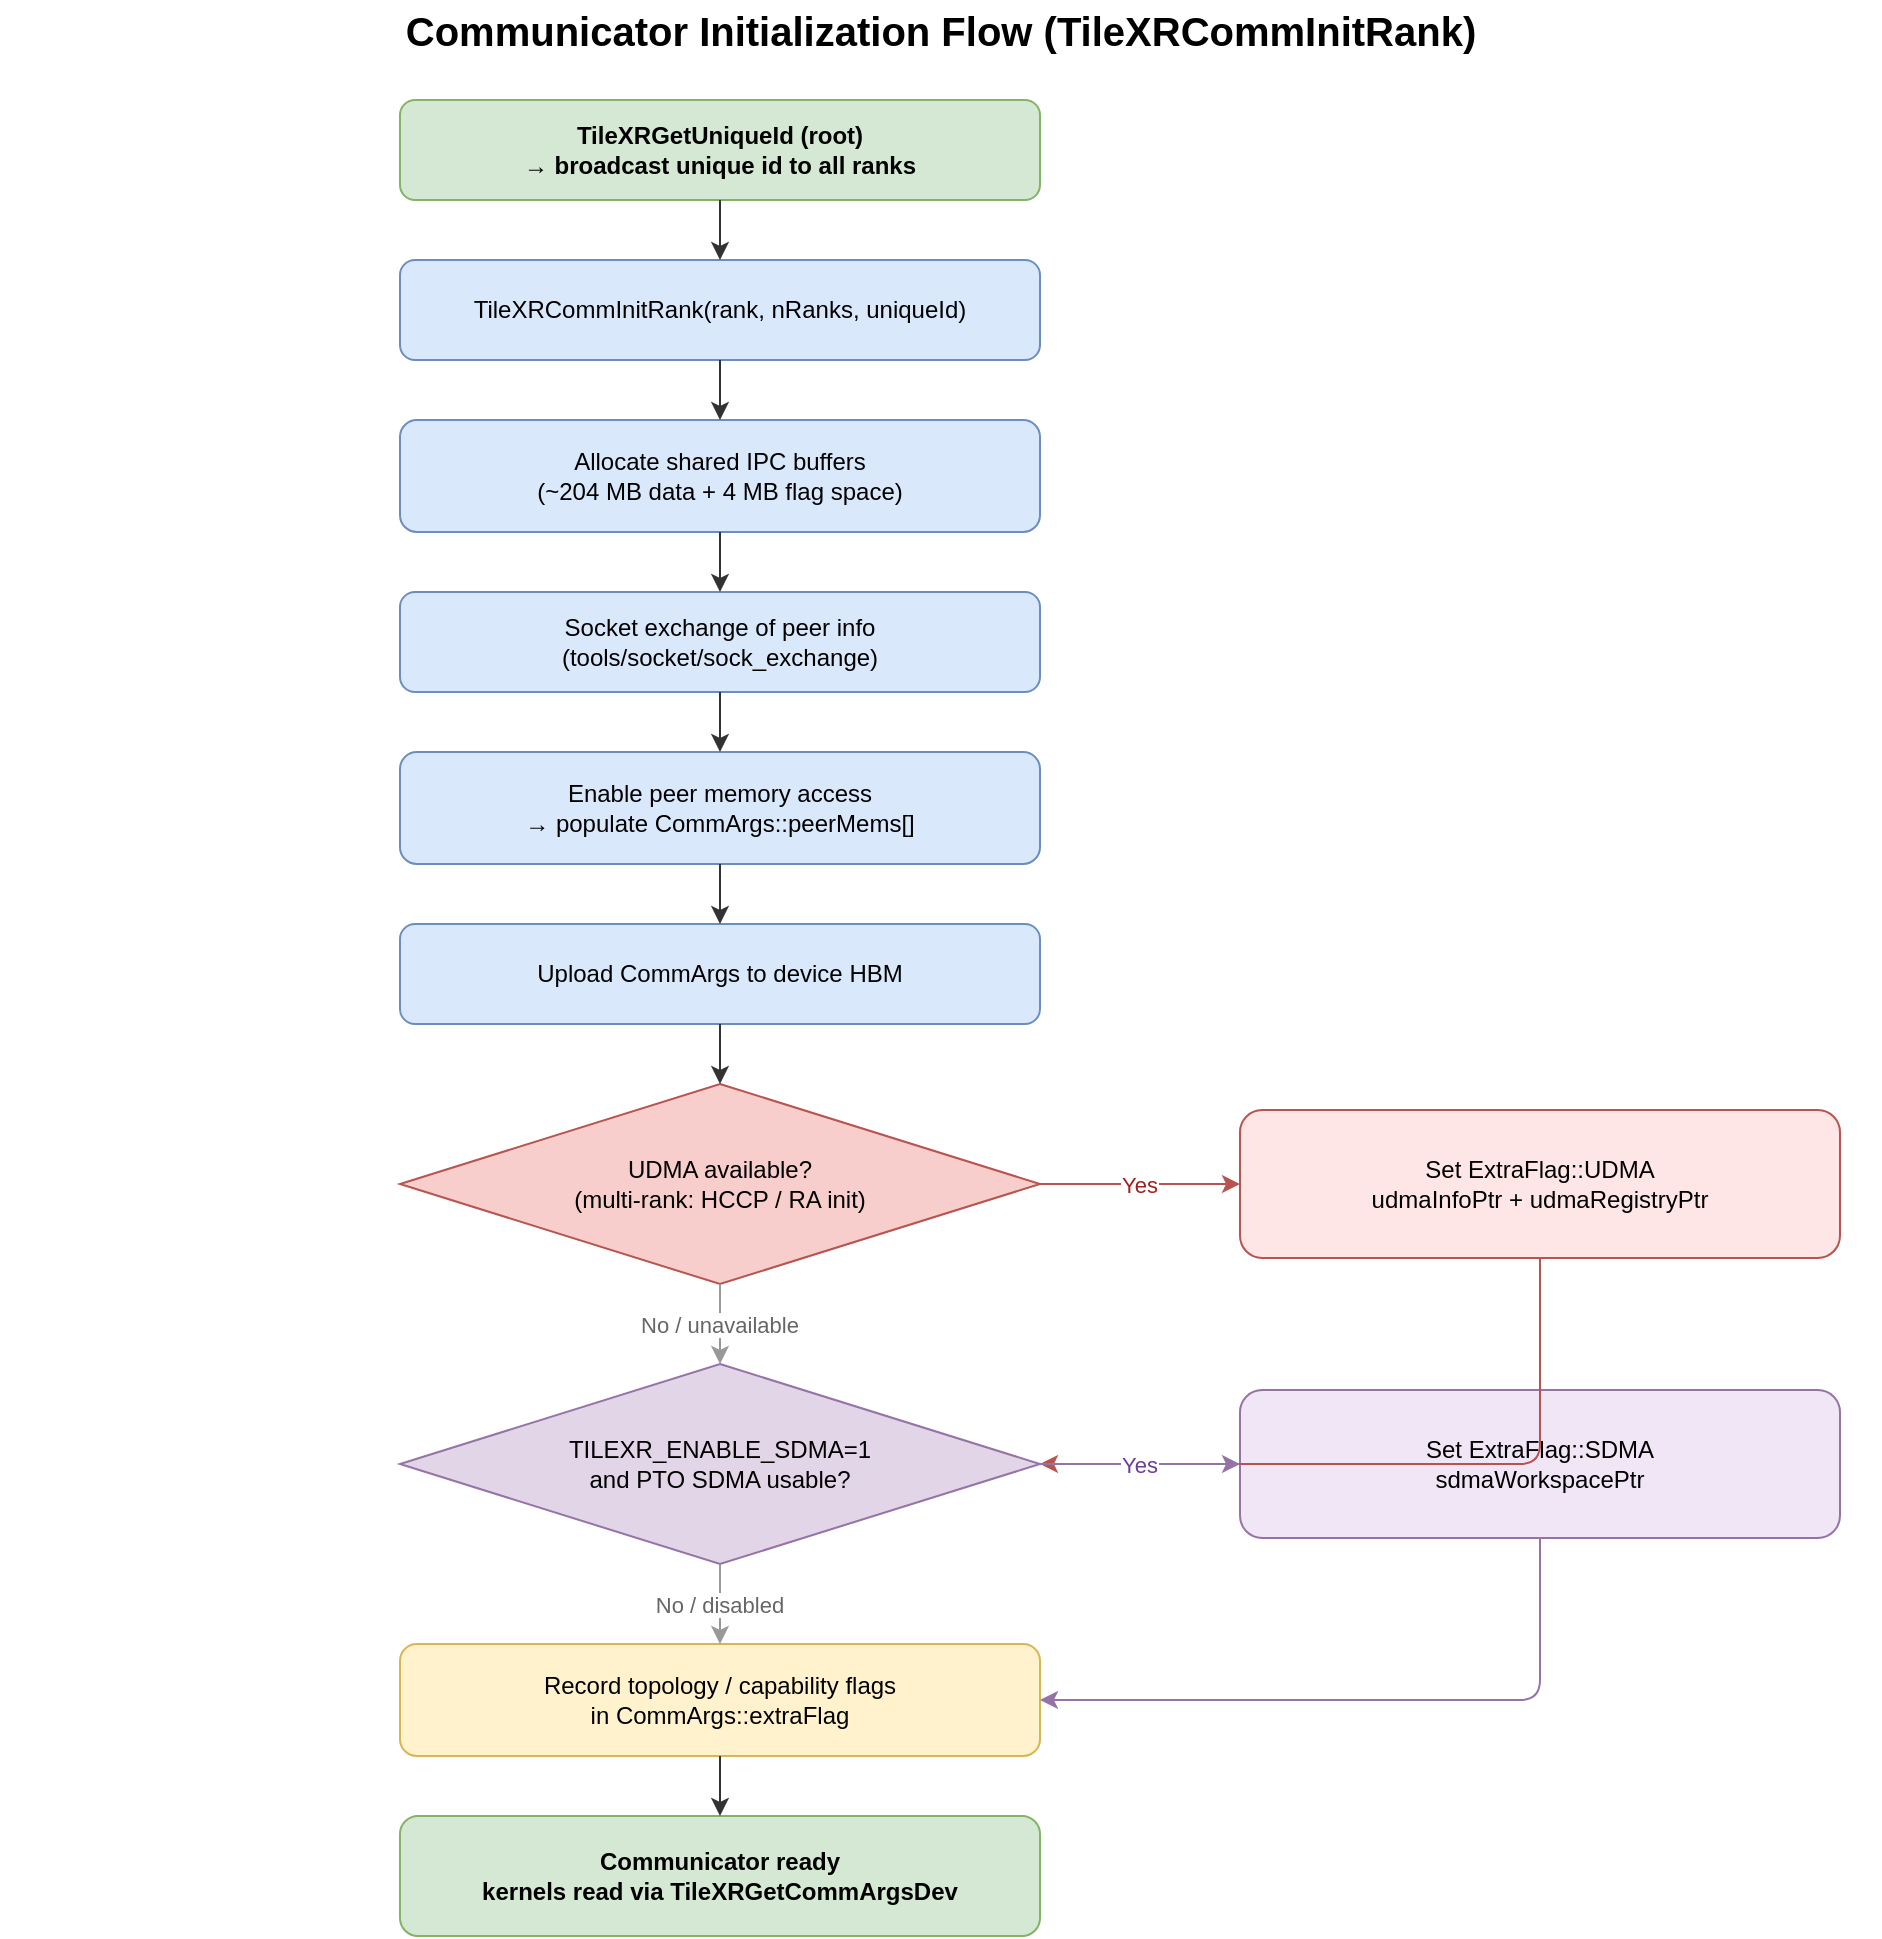
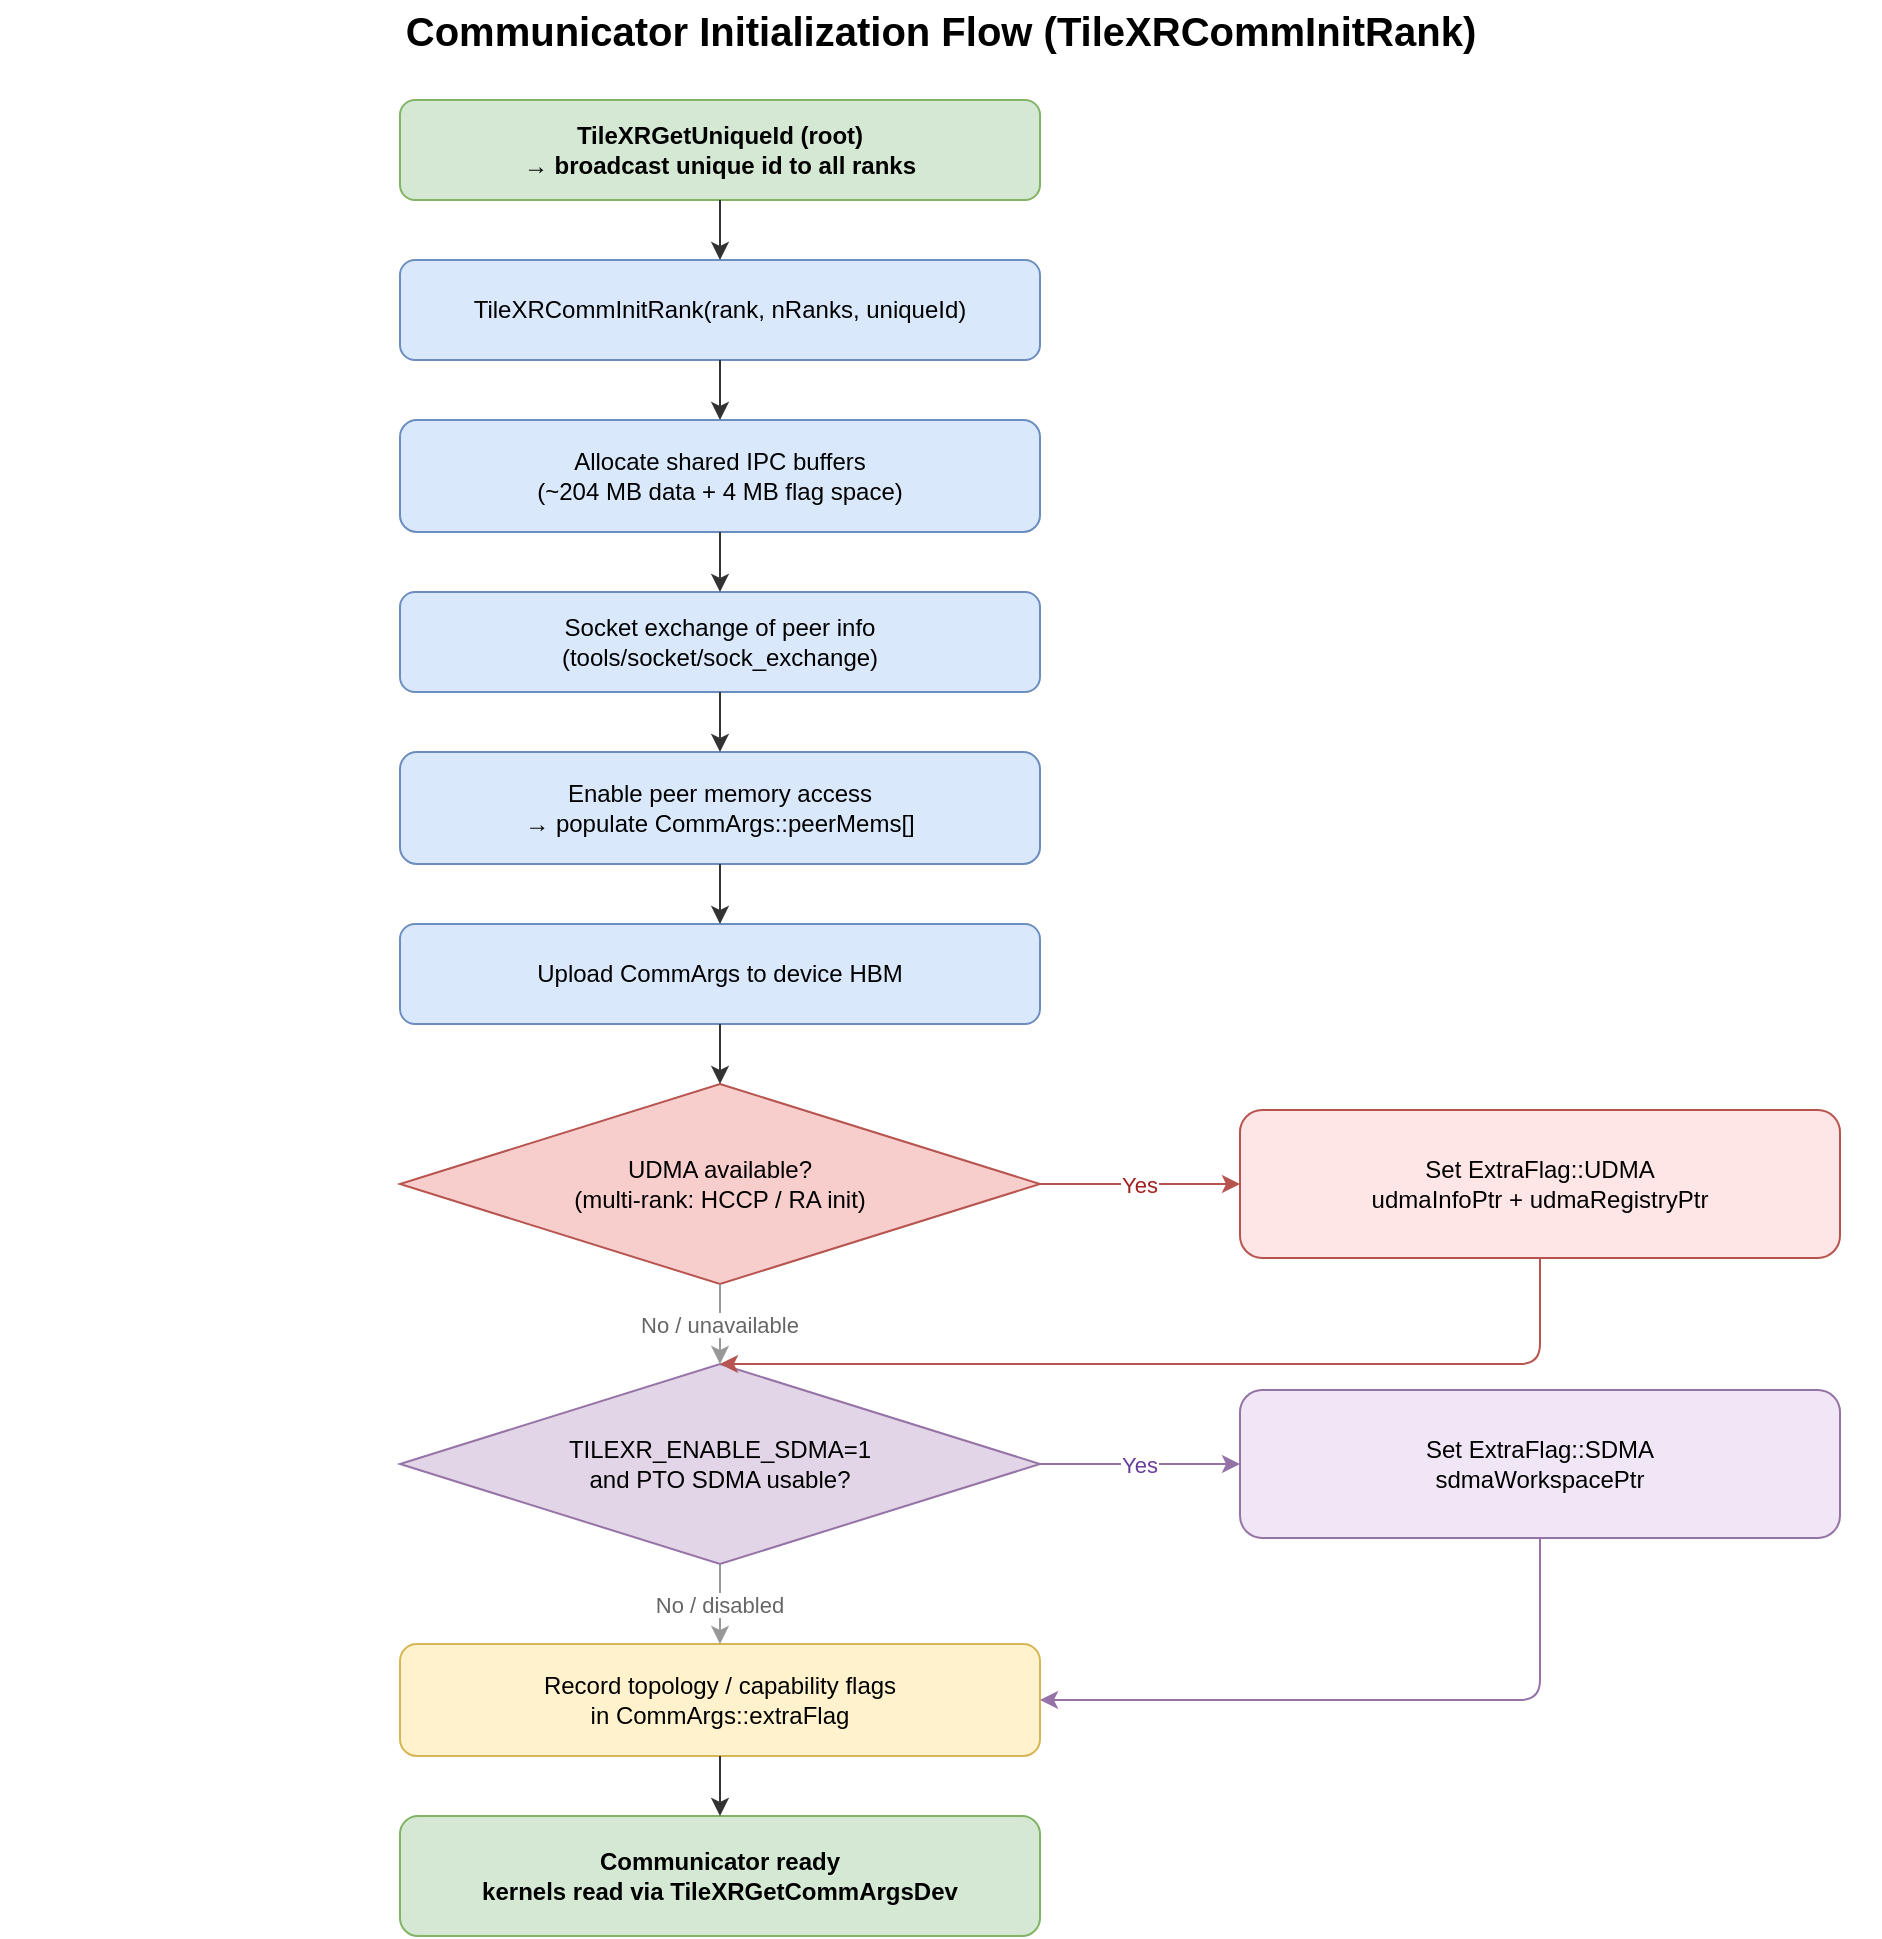
- <mxGraphModel dx="900" dy="1040" grid="1" gridSize="10" guides="1" tooltips="1" connect="1" arrows="1" fold="1" page="1" pageScale="1" pageWidth="1020" pageHeight="1040" math="0" shadow="0">
-   <root>
-     <mxCell id="0"/>
-     <mxCell id="1" parent="0"/>
- 
-     <mxCell id="title" value="Communicator Initialization Flow (TileXRCommInitRank)" style="text;html=1;align=center;verticalAlign=middle;fontSize=20;fontStyle=1;" vertex="1" parent="1">
-       <mxGeometry x="40" y="10" width="940" height="30" as="geometry"/>
-     </mxCell>
- 
-     <mxCell id="n1" value="TileXRGetUniqueId (root) &#10;&#8594; broadcast unique id to all ranks" style="rounded=1;whiteSpace=wrap;fillColor=#d5e8d4;strokeColor=#82b366;fontStyle=1;" vertex="1" parent="1">
-       <mxGeometry x="240" y="60" width="320" height="50" as="geometry"/>
-     </mxCell>
-     <mxCell id="n2" value="TileXRCommInitRank(rank, nRanks, uniqueId)" style="rounded=1;whiteSpace=wrap;fillColor=#dae8fc;strokeColor=#6c8ebf;" vertex="1" parent="1">
-       <mxGeometry x="240" y="140" width="320" height="50" as="geometry"/>
-     </mxCell>
-     <mxCell id="n3" value="Allocate shared IPC buffers&#10;(~204 MB data + 4 MB flag space)" style="rounded=1;whiteSpace=wrap;fillColor=#dae8fc;strokeColor=#6c8ebf;" vertex="1" parent="1">
-       <mxGeometry x="240" y="220" width="320" height="56" as="geometry"/>
-     </mxCell>
-     <mxCell id="n4" value="Socket exchange of peer info&#10;(tools/socket/sock_exchange)" style="rounded=1;whiteSpace=wrap;fillColor=#dae8fc;strokeColor=#6c8ebf;" vertex="1" parent="1">
-       <mxGeometry x="240" y="306" width="320" height="50" as="geometry"/>
-     </mxCell>
-     <mxCell id="n5" value="Enable peer memory access&#10;&#8594; populate CommArgs::peerMems[]" style="rounded=1;whiteSpace=wrap;fillColor=#dae8fc;strokeColor=#6c8ebf;" vertex="1" parent="1">
-       <mxGeometry x="240" y="386" width="320" height="56" as="geometry"/>
-     </mxCell>
-     <mxCell id="n6" value="Upload CommArgs to device HBM" style="rounded=1;whiteSpace=wrap;fillColor=#dae8fc;strokeColor=#6c8ebf;" vertex="1" parent="1">
-       <mxGeometry x="240" y="472" width="320" height="50" as="geometry"/>
-     </mxCell>
- 
-     <mxCell id="d1" value="UDMA available?&#10;(multi-rank: HCCP / RA init)" style="rhombus;whiteSpace=wrap;fillColor=#f8cecc;strokeColor=#b85450;" vertex="1" parent="1">
-       <mxGeometry x="240" y="552" width="320" height="100" as="geometry"/>
-     </mxCell>
-     <mxCell id="uset" value="Set ExtraFlag::UDMA&#10;udmaInfoPtr + udmaRegistryPtr" style="rounded=1;whiteSpace=wrap;fillColor=#ffe6e6;strokeColor=#b85450;" vertex="1" parent="1">
-       <mxGeometry x="660" y="565" width="300" height="74" as="geometry"/>
-     </mxCell>
- 
-     <mxCell id="d2" value="TILEXR_ENABLE_SDMA=1&#10;and PTO SDMA usable?" style="rhombus;whiteSpace=wrap;fillColor=#e1d5e7;strokeColor=#9673a6;" vertex="1" parent="1">
-       <mxGeometry x="240" y="692" width="320" height="100" as="geometry"/>
-     </mxCell>
-     <mxCell id="sset" value="Set ExtraFlag::SDMA&#10;sdmaWorkspacePtr" style="rounded=1;whiteSpace=wrap;fillColor=#f0e6f6;strokeColor=#9673a6;" vertex="1" parent="1">
-       <mxGeometry x="660" y="705" width="300" height="74" as="geometry"/>
-     </mxCell>
- 
-     <mxCell id="n7" value="Record topology / capability flags&#10;in CommArgs::extraFlag" style="rounded=1;whiteSpace=wrap;fillColor=#fff2cc;strokeColor=#d6b656;" vertex="1" parent="1">
-       <mxGeometry x="240" y="832" width="320" height="56" as="geometry"/>
-     </mxCell>
-     <mxCell id="n8" value="Communicator ready&#10;kernels read via TileXRGetCommArgsDev" style="rounded=1;whiteSpace=wrap;fillColor=#d5e8d4;strokeColor=#82b366;fontStyle=1;" vertex="1" parent="1">
-       <mxGeometry x="240" y="918" width="320" height="60" as="geometry"/>
-     </mxCell>
- 
-     <mxCell id="ea" style="edgeStyle=orthogonalEdgeStyle;rounded=1;endArrow=classic;strokeColor=#333333;" edge="1" parent="1" source="n1" target="n2">
-       <mxGeometry relative="1" as="geometry"/>
-     </mxCell>
-     <mxCell id="eb" style="edgeStyle=orthogonalEdgeStyle;rounded=1;endArrow=classic;strokeColor=#333333;" edge="1" parent="1" source="n2" target="n3">
-       <mxGeometry relative="1" as="geometry"/>
-     </mxCell>
-     <mxCell id="ec" style="edgeStyle=orthogonalEdgeStyle;rounded=1;endArrow=classic;strokeColor=#333333;" edge="1" parent="1" source="n3" target="n4">
-       <mxGeometry relative="1" as="geometry"/>
-     </mxCell>
-     <mxCell id="ed" style="edgeStyle=orthogonalEdgeStyle;rounded=1;endArrow=classic;strokeColor=#333333;" edge="1" parent="1" source="n4" target="n5">
-       <mxGeometry relative="1" as="geometry"/>
-     </mxCell>
-     <mxCell id="ee" style="edgeStyle=orthogonalEdgeStyle;rounded=1;endArrow=classic;strokeColor=#333333;" edge="1" parent="1" source="n5" target="n6">
-       <mxGeometry relative="1" as="geometry"/>
-     </mxCell>
-     <mxCell id="ef" style="edgeStyle=orthogonalEdgeStyle;rounded=1;endArrow=classic;strokeColor=#333333;" edge="1" parent="1" source="n6" target="d1">
-       <mxGeometry relative="1" as="geometry"/>
-     </mxCell>
- 
-     <mxCell id="g_yes1" value="Yes" style="edgeStyle=orthogonalEdgeStyle;rounded=1;endArrow=classic;strokeColor=#b85450;fontColor=#a02020;exitX=1;exitY=0.5;entryX=0;entryY=0.5;" edge="1" parent="1" source="d1" target="uset">
-       <mxGeometry relative="1" as="geometry"/>
-     </mxCell>
-     <mxCell id="g_no1" value="No / unavailable" style="edgeStyle=orthogonalEdgeStyle;rounded=1;endArrow=classic;strokeColor=#999999;fontColor=#666666;exitX=0.5;exitY=1;entryX=0.5;entryY=0;" edge="1" parent="1" source="d1" target="d2">
-       <mxGeometry relative="1" as="geometry"/>
-     </mxCell>
-     <mxCell id="g_uset_d2" style="edgeStyle=orthogonalEdgeStyle;rounded=1;endArrow=classic;strokeColor=#b85450;exitX=0.5;exitY=1;entryX=1;entryY=0.5;" edge="1" parent="1" source="uset" target="d2">
-       <mxGeometry relative="1" as="geometry">
-         <Array as="points">
-           <mxPoint x="810" y="742"/>
-         </Array>
-       </mxGeometry>
-     </mxCell>
- 
-     <mxCell id="g_yes2" value="Yes" style="edgeStyle=orthogonalEdgeStyle;rounded=1;endArrow=classic;strokeColor=#9673a6;fontColor=#6a3d9a;exitX=1;exitY=0.5;entryX=0;entryY=0.5;" edge="1" parent="1" source="d2" target="sset">
-       <mxGeometry relative="1" as="geometry"/>
-     </mxCell>
-     <mxCell id="g_no2" value="No / disabled" style="edgeStyle=orthogonalEdgeStyle;rounded=1;endArrow=classic;strokeColor=#999999;fontColor=#666666;exitX=0.5;exitY=1;entryX=0.5;entryY=0;" edge="1" parent="1" source="d2" target="n7">
-       <mxGeometry relative="1" as="geometry"/>
-     </mxCell>
-     <mxCell id="g_sset_n7" style="edgeStyle=orthogonalEdgeStyle;rounded=1;endArrow=classic;strokeColor=#9673a6;exitX=0.5;exitY=1;entryX=1;entryY=0.5;" edge="1" parent="1" source="sset" target="n7">
-       <mxGeometry relative="1" as="geometry">
-         <Array as="points">
-           <mxPoint x="810" y="860"/>
-         </Array>
-       </mxGeometry>
-     </mxCell>
- 
-     <mxCell id="g_n7n8" style="edgeStyle=orthogonalEdgeStyle;rounded=1;endArrow=classic;strokeColor=#333333;" edge="1" parent="1" source="n7" target="n8">
-       <mxGeometry relative="1" as="geometry"/>
-     </mxCell>
-   </root>
- </mxGraphModel>
+ <mxfile host="Electron">
+   <diagram id="45-gTDuFvh9qgjPMQVee" name="第 1 页">
+     <mxGraphModel dx="1262" dy="1020" grid="1" gridSize="10" guides="1" tooltips="1" connect="1" arrows="1" fold="1" page="1" pageScale="1" pageWidth="1020" pageHeight="1040" math="0" shadow="0">
+       <root>
+         <mxCell id="0" />
+         <mxCell id="1" parent="0" />
+         <mxCell id="title" parent="1" style="text;html=1;align=center;verticalAlign=middle;fontSize=20;fontStyle=1;" value="Communicator Initialization Flow (TileXRCommInitRank)" vertex="1">
+           <mxGeometry height="30" width="940" x="40" y="10" as="geometry" />
+         </mxCell>
+         <mxCell id="n1" parent="1" style="rounded=1;whiteSpace=wrap;fillColor=#d5e8d4;strokeColor=#82b366;fontStyle=1;" value="TileXRGetUniqueId (root) &#xa;→ broadcast unique id to all ranks" vertex="1">
+           <mxGeometry height="50" width="320" x="240" y="60" as="geometry" />
+         </mxCell>
+         <mxCell id="n2" parent="1" style="rounded=1;whiteSpace=wrap;fillColor=#dae8fc;strokeColor=#6c8ebf;" value="TileXRCommInitRank(rank, nRanks, uniqueId)" vertex="1">
+           <mxGeometry height="50" width="320" x="240" y="140" as="geometry" />
+         </mxCell>
+         <mxCell id="n3" parent="1" style="rounded=1;whiteSpace=wrap;fillColor=#dae8fc;strokeColor=#6c8ebf;" value="Allocate shared IPC buffers&#xa;(~204 MB data + 4 MB flag space)" vertex="1">
+           <mxGeometry height="56" width="320" x="240" y="220" as="geometry" />
+         </mxCell>
+         <mxCell id="n4" parent="1" style="rounded=1;whiteSpace=wrap;fillColor=#dae8fc;strokeColor=#6c8ebf;" value="Socket exchange of peer info&#xa;(tools/socket/sock_exchange)" vertex="1">
+           <mxGeometry height="50" width="320" x="240" y="306" as="geometry" />
+         </mxCell>
+         <mxCell id="n5" parent="1" style="rounded=1;whiteSpace=wrap;fillColor=#dae8fc;strokeColor=#6c8ebf;" value="Enable peer memory access&#xa;→ populate CommArgs::peerMems[]" vertex="1">
+           <mxGeometry height="56" width="320" x="240" y="386" as="geometry" />
+         </mxCell>
+         <mxCell id="n6" parent="1" style="rounded=1;whiteSpace=wrap;fillColor=#dae8fc;strokeColor=#6c8ebf;" value="Upload CommArgs to device HBM" vertex="1">
+           <mxGeometry height="50" width="320" x="240" y="472" as="geometry" />
+         </mxCell>
+         <mxCell id="d1" parent="1" style="rhombus;whiteSpace=wrap;fillColor=#f8cecc;strokeColor=#b85450;" value="UDMA available?&#xa;(multi-rank: HCCP / RA init)" vertex="1">
+           <mxGeometry height="100" width="320" x="240" y="552" as="geometry" />
+         </mxCell>
+         <mxCell id="uset" parent="1" style="rounded=1;whiteSpace=wrap;fillColor=#ffe6e6;strokeColor=#b85450;" value="Set ExtraFlag::UDMA&#xa;udmaInfoPtr + udmaRegistryPtr" vertex="1">
+           <mxGeometry height="74" width="300" x="660" y="565" as="geometry" />
+         </mxCell>
+         <mxCell id="d2" parent="1" style="rhombus;whiteSpace=wrap;fillColor=#e1d5e7;strokeColor=#9673a6;" value="TILEXR_ENABLE_SDMA=1&#xa;and PTO SDMA usable?" vertex="1">
+           <mxGeometry height="100" width="320" x="240" y="692" as="geometry" />
+         </mxCell>
+         <mxCell id="sset" parent="1" style="rounded=1;whiteSpace=wrap;fillColor=#f0e6f6;strokeColor=#9673a6;" value="Set ExtraFlag::SDMA&#xa;sdmaWorkspacePtr" vertex="1">
+           <mxGeometry height="74" width="300" x="660" y="705" as="geometry" />
+         </mxCell>
+         <mxCell id="n7" parent="1" style="rounded=1;whiteSpace=wrap;fillColor=#fff2cc;strokeColor=#d6b656;" value="Record topology / capability flags&#xa;in CommArgs::extraFlag" vertex="1">
+           <mxGeometry height="56" width="320" x="240" y="832" as="geometry" />
+         </mxCell>
+         <mxCell id="n8" parent="1" style="rounded=1;whiteSpace=wrap;fillColor=#d5e8d4;strokeColor=#82b366;fontStyle=1;" value="Communicator ready&#xa;kernels read via TileXRGetCommArgsDev" vertex="1">
+           <mxGeometry height="60" width="320" x="240" y="918" as="geometry" />
+         </mxCell>
+         <mxCell id="ea" edge="1" parent="1" source="n1" style="edgeStyle=orthogonalEdgeStyle;rounded=1;endArrow=classic;strokeColor=#333333;" target="n2">
+           <mxGeometry relative="1" as="geometry" />
+         </mxCell>
+         <mxCell id="eb" edge="1" parent="1" source="n2" style="edgeStyle=orthogonalEdgeStyle;rounded=1;endArrow=classic;strokeColor=#333333;" target="n3">
+           <mxGeometry relative="1" as="geometry" />
+         </mxCell>
+         <mxCell id="ec" edge="1" parent="1" source="n3" style="edgeStyle=orthogonalEdgeStyle;rounded=1;endArrow=classic;strokeColor=#333333;" target="n4">
+           <mxGeometry relative="1" as="geometry" />
+         </mxCell>
+         <mxCell id="ed" edge="1" parent="1" source="n4" style="edgeStyle=orthogonalEdgeStyle;rounded=1;endArrow=classic;strokeColor=#333333;" target="n5">
+           <mxGeometry relative="1" as="geometry" />
+         </mxCell>
+         <mxCell id="ee" edge="1" parent="1" source="n5" style="edgeStyle=orthogonalEdgeStyle;rounded=1;endArrow=classic;strokeColor=#333333;" target="n6">
+           <mxGeometry relative="1" as="geometry" />
+         </mxCell>
+         <mxCell id="ef" edge="1" parent="1" source="n6" style="edgeStyle=orthogonalEdgeStyle;rounded=1;endArrow=classic;strokeColor=#333333;" target="d1">
+           <mxGeometry relative="1" as="geometry" />
+         </mxCell>
+         <mxCell id="g_yes1" edge="1" parent="1" source="d1" style="edgeStyle=orthogonalEdgeStyle;rounded=1;endArrow=classic;strokeColor=#b85450;fontColor=#a02020;exitX=1;exitY=0.5;entryX=0;entryY=0.5;" target="uset" value="Yes">
+           <mxGeometry relative="1" as="geometry" />
+         </mxCell>
+         <mxCell id="g_no1" edge="1" parent="1" source="d1" style="edgeStyle=orthogonalEdgeStyle;rounded=1;endArrow=classic;strokeColor=#999999;fontColor=#666666;exitX=0.5;exitY=1;entryX=0.5;entryY=0;" target="d2" value="No / unavailable">
+           <mxGeometry relative="1" as="geometry" />
+         </mxCell>
+         <mxCell id="g_uset_d2" edge="1" parent="1" source="uset" style="edgeStyle=orthogonalEdgeStyle;rounded=1;endArrow=classic;strokeColor=#b85450;exitX=0.5;exitY=1;entryX=0.5;entryY=0;entryDx=0;entryDy=0;" target="d2">
+           <mxGeometry relative="1" as="geometry">
+             <Array as="points">
+               <mxPoint x="810" y="692" />
+             </Array>
+           </mxGeometry>
+         </mxCell>
+         <mxCell id="g_yes2" edge="1" parent="1" source="d2" style="edgeStyle=orthogonalEdgeStyle;rounded=1;endArrow=classic;strokeColor=#9673a6;fontColor=#6a3d9a;exitX=1;exitY=0.5;entryX=0;entryY=0.5;" target="sset" value="Yes">
+           <mxGeometry relative="1" as="geometry" />
+         </mxCell>
+         <mxCell id="g_no2" edge="1" parent="1" source="d2" style="edgeStyle=orthogonalEdgeStyle;rounded=1;endArrow=classic;strokeColor=#999999;fontColor=#666666;exitX=0.5;exitY=1;entryX=0.5;entryY=0;" target="n7" value="No / disabled">
+           <mxGeometry relative="1" as="geometry" />
+         </mxCell>
+         <mxCell id="g_sset_n7" edge="1" parent="1" source="sset" style="edgeStyle=orthogonalEdgeStyle;rounded=1;endArrow=classic;strokeColor=#9673a6;exitX=0.5;exitY=1;entryX=1;entryY=0.5;" target="n7">
+           <mxGeometry relative="1" as="geometry">
+             <Array as="points">
+               <mxPoint x="810" y="860" />
+             </Array>
+           </mxGeometry>
+         </mxCell>
+         <mxCell id="g_n7n8" edge="1" parent="1" source="n7" style="edgeStyle=orthogonalEdgeStyle;rounded=1;endArrow=classic;strokeColor=#333333;" target="n8">
+           <mxGeometry relative="1" as="geometry" />
+         </mxCell>
+       </root>
+     </mxGraphModel>
+   </diagram>
+ </mxfile>
